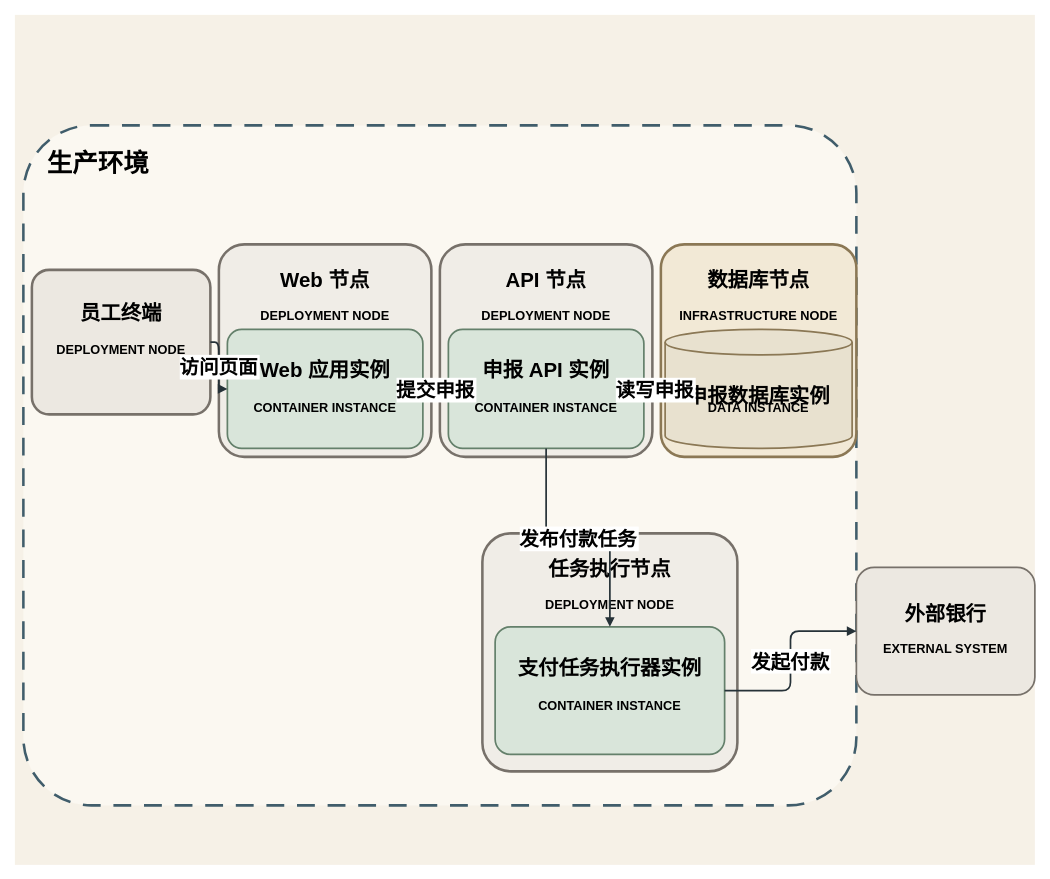
Before: diagrams/mod-03-c4-deployment.drawio in sealday/tego-arch, a draw.io diagram. Source tidied: cells renumbered, new cells numbered last; positions are measured from the earlier drawing's top-left corner, leaving out a move shared by most shapes. Both pictures are drawn from the tidied source at 85%, with x=0, y=0 at pixel (14, 14).
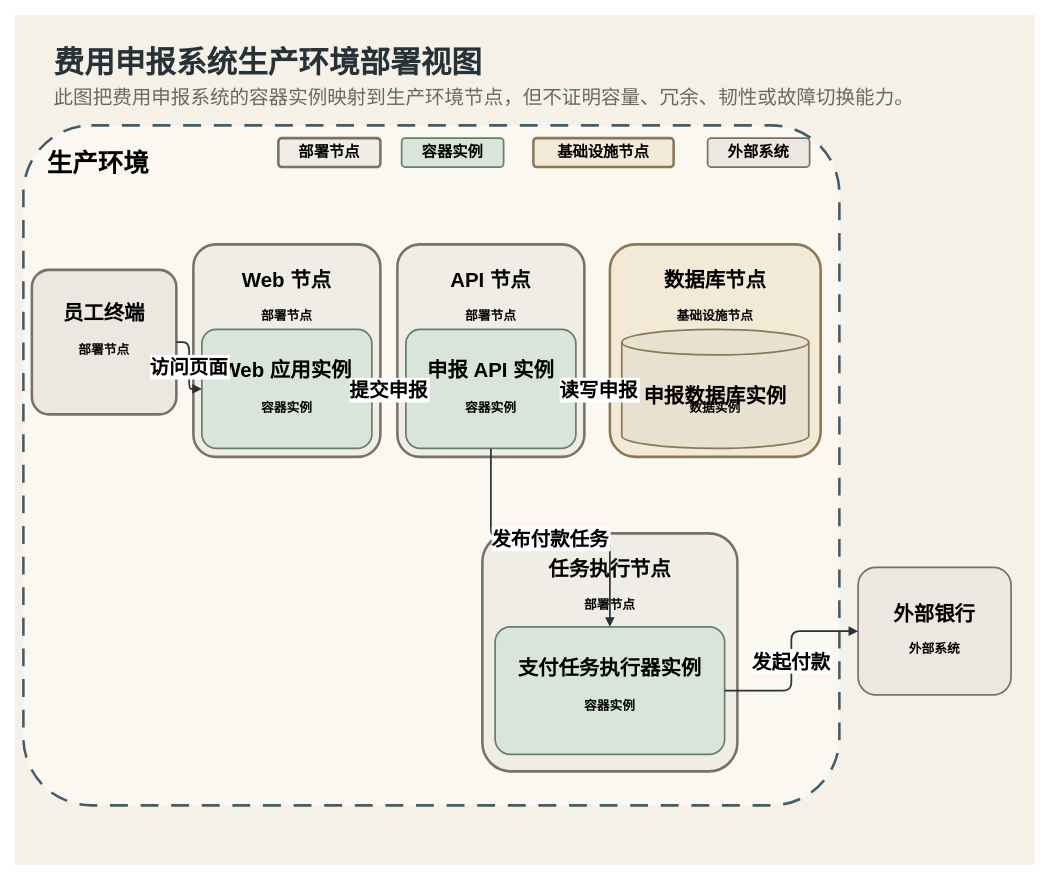
After the change.

Commit message (it also covers changes not shown here):
fix: synchronize mod-03 diagram semantics

The edit, as a diff of the source:
```diff
@@
+    <mxCell id="29" value="费用申报系统生产环境部署视图" style="text;html=0;strokeColor=none;fillColor=none;align=left;verticalAlign=middle;fontSize=36;fontStyle=1;fontColor=#263238;" parent="1" vertex="1">
+      <mxGeometry x="44" y="28" width="720" height="48" as="geometry" />
+    </mxCell>
+    <mxCell id="30" value="此图把费用申报系统的容器实例映射到生产环境节点，但不证明容量、冗余、韧性或故障切换能力。" style="text;html=0;strokeColor=none;fillColor=none;align=left;verticalAlign=middle;fontSize=23;fontColor=#6C6861;" parent="1" vertex="1">
+      <mxGeometry x="44" y="76" width="1120" height="38" as="geometry" />
+    </mxCell>
     <mxCell id="3" value="生产环境" style="rounded=1;arcSize=10;whiteSpace=wrap;html=0;fillColor=#FBF8F1;strokeColor=#405D6B;strokeWidth=3;dashed=1;dashPattern=7 5;verticalAlign=top;align=left;spacingTop=20;spacingLeft=26;fontSize=30;fontStyle=1;" parent="1" vertex="1">
-      <mxGeometry x="10" y="130" width="980" height="800" as="geometry" />
+      <mxGeometry x="10" y="130" width="960" height="800" as="geometry" />
     </mxCell>
+    <mxCell id="31" value="部署节点" style="rounded=1;arcSize=12;whiteSpace=wrap;html=0;fillColor=#F0EDE7;strokeColor=#77716A;strokeWidth=3;fontSize=18;fontStyle=1;" parent="1" vertex="1">
+      <mxGeometry x="310" y="145" width="120" height="34" as="geometry" />
+    </mxCell>
+    <mxCell id="32" value="容器实例" style="rounded=1;arcSize=12;whiteSpace=wrap;html=0;fillColor=#D9E5DA;strokeColor=#64806B;strokeWidth=2;fontSize=18;fontStyle=1;" parent="1" vertex="1">
+      <mxGeometry x="455" y="145" width="120" height="34" as="geometry" />
+    </mxCell>
+    <mxCell id="33" value="基础设施节点" style="rounded=1;arcSize=12;whiteSpace=wrap;html=0;fillColor=#F2E9D6;strokeColor=#8B7855;strokeWidth=3;fontSize=18;fontStyle=1;" parent="1" vertex="1">
+      <mxGeometry x="610" y="145" width="165" height="34" as="geometry" />
+    </mxCell>
+    <mxCell id="34" value="外部系统" style="rounded=1;arcSize=12;whiteSpace=wrap;html=0;fillColor=#ECE8E1;strokeColor=#77716A;strokeWidth=2;fontSize=18;fontStyle=1;" parent="1" vertex="1">
+      <mxGeometry x="815" y="145" width="120" height="34" as="geometry" />
+    </mxCell>
     <mxCell id="4" value="员工终端" style="rounded=1;arcSize=12;whiteSpace=wrap;html=0;fillColor=#ECE8E1;strokeColor=#77716A;strokeWidth=3;fontSize=24;fontStyle=1;verticalAlign=top;spacingTop=30;" parent="1" vertex="1">
-      <mxGeometry x="20" y="300" width="210" height="170" as="geometry" />
+      <mxGeometry x="20" y="300" width="170" height="170" as="geometry" />
     </mxCell>
-    <mxCell id="5" value="DEPLOYMENT NODE" style="text;html=0;strokeColor=none;fillColor=none;fontSize=15;fontStyle=1;align=center;" parent="1" vertex="1">
-      <mxGeometry x="50" y="378" width="150" height="30" as="geometry" />
+    <mxCell id="5" value="部署节点" style="text;html=0;strokeColor=none;fillColor=none;fontSize=15;fontStyle=1;align=center;" parent="1" vertex="1">
+      <mxGeometry x="45" y="378" width="120" height="30" as="geometry" />
     </mxCell>
     <mxCell id="6" value="Web 节点" style="rounded=1;arcSize=12;whiteSpace=wrap;html=0;fillColor=#F0EDE7;strokeColor=#77716A;strokeWidth=3;fontSize=24;fontStyle=1;verticalAlign=top;spacingTop=22;" parent="1" vertex="1">
-      <mxGeometry x="240" y="270" width="250" height="250" as="geometry" />
+      <mxGeometry x="210" y="270" width="220" height="250" as="geometry" />
     </mxCell>
-    <mxCell id="7" value="DEPLOYMENT NODE" style="text;html=0;strokeColor=none;fillColor=none;fontSize=15;fontStyle=1;align=center;" parent="1" vertex="1">
-      <mxGeometry x="290" y="338" width="150" height="30" as="geometry" />
+    <mxCell id="7" value="部署节点" style="text;html=0;strokeColor=none;fillColor=none;fontSize=15;fontStyle=1;align=center;" parent="1" vertex="1">
+      <mxGeometry x="260" y="338" width="120" height="30" as="geometry" />
     </mxCell>
     <mxCell id="8" value="Web 应用实例" style="rounded=1;arcSize=12;whiteSpace=wrap;html=0;fillColor=#D9E5DA;strokeColor=#64806B;strokeWidth=2;fontSize=24;fontStyle=1;verticalAlign=top;spacingTop=28;" parent="1" vertex="1">
-      <mxGeometry x="250" y="370" width="230" height="140" as="geometry" />
+      <mxGeometry x="220" y="370" width="200" height="140" as="geometry" />
     </mxCell>
-    <mxCell id="9" value="CONTAINER INSTANCE" style="text;html=0;strokeColor=none;fillColor=none;fontSize=15;fontStyle=1;align=center;" parent="1" vertex="1">
-      <mxGeometry x="290" y="447" width="150" height="30" as="geometry" />
+    <mxCell id="9" value="容器实例" style="text;html=0;strokeColor=none;fillColor=none;fontSize=15;fontStyle=1;align=center;" parent="1" vertex="1">
+      <mxGeometry x="260" y="447" width="120" height="30" as="geometry" />
     </mxCell>
     <mxCell id="10" value="API 节点" style="rounded=1;arcSize=12;whiteSpace=wrap;html=0;fillColor=#F0EDE7;strokeColor=#77716A;strokeWidth=3;fontSize=24;fontStyle=1;verticalAlign=top;spacingTop=22;" parent="1" vertex="1">
-      <mxGeometry x="500" y="270" width="250" height="250" as="geometry" />
+      <mxGeometry x="450" y="270" width="220" height="250" as="geometry" />
     </mxCell>
-    <mxCell id="11" value="DEPLOYMENT NODE" style="text;html=0;strokeColor=none;fillColor=none;fontSize=15;fontStyle=1;align=center;" parent="1" vertex="1">
-      <mxGeometry x="550" y="338" width="150" height="30" as="geometry" />
+    <mxCell id="11" value="部署节点" style="text;html=0;strokeColor=none;fillColor=none;fontSize=15;fontStyle=1;align=center;" parent="1" vertex="1">
+      <mxGeometry x="500" y="338" width="120" height="30" as="geometry" />
     </mxCell>
     <mxCell id="12" value="申报 API 实例" style="rounded=1;arcSize=12;whiteSpace=wrap;html=0;fillColor=#D9E5DA;strokeColor=#64806B;strokeWidth=2;fontSize=24;fontStyle=1;verticalAlign=top;spacingTop=28;" parent="1" vertex="1">
-      <mxGeometry x="510" y="370" width="230" height="140" as="geometry" />
+      <mxGeometry x="460" y="370" width="200" height="140" as="geometry" />
     </mxCell>
-    <mxCell id="13" value="CONTAINER INSTANCE" style="text;html=0;strokeColor=none;fillColor=none;fontSize=15;fontStyle=1;align=center;" parent="1" vertex="1">
-      <mxGeometry x="550" y="447" width="150" height="30" as="geometry" />
+    <mxCell id="13" value="容器实例" style="text;html=0;strokeColor=none;fillColor=none;fontSize=15;fontStyle=1;align=center;" parent="1" vertex="1">
+      <mxGeometry x="500" y="447" width="120" height="30" as="geometry" />
     </mxCell>
     <mxCell id="14" value="数据库节点" style="rounded=1;arcSize=12;whiteSpace=wrap;html=0;fillColor=#F2E9D6;strokeColor=#8B7855;strokeWidth=3;fontSize=24;fontStyle=1;verticalAlign=top;spacingTop=22;" parent="1" vertex="1">
-      <mxGeometry x="760" y="270" width="230" height="250" as="geometry" />
+      <mxGeometry x="700" y="270" width="248" height="250" as="geometry" />
     </mxCell>
-    <mxCell id="15" value="INFRASTRUCTURE NODE" style="text;html=0;strokeColor=none;fillColor=none;fontSize=15;fontStyle=1;align=center;" parent="1" vertex="1">
-      <mxGeometry x="800" y="338" width="150" height="30" as="geometry" />
+    <mxCell id="15" value="基础设施节点" style="text;html=0;strokeColor=none;fillColor=none;fontSize=15;fontStyle=1;align=center;" parent="1" vertex="1">
+      <mxGeometry x="764" y="338" width="120" height="30" as="geometry" />
     </mxCell>
     <mxCell id="16" value="申报数据库实例" style="shape=cylinder3;whiteSpace=wrap;html=0;boundedLbl=1;backgroundOutline=1;size=15;fillColor=#E8E1CF;strokeColor=#8B7855;strokeWidth=2;fontSize=24;fontStyle=1;verticalAlign=top;spacingTop=28;" parent="1" vertex="1">
-      <mxGeometry x="765" y="370" width="220" height="140" as="geometry" />
+      <mxGeometry x="714" y="370" width="220" height="140" as="geometry" />
     </mxCell>
-    <mxCell id="17" value="DATA INSTANCE" style="text;html=0;strokeColor=none;fillColor=none;fontSize=15;fontStyle=1;align=center;" parent="1" vertex="1">
-      <mxGeometry x="815" y="447" width="120" height="30" as="geometry" />
+    <mxCell id="17" value="数据实例" style="text;html=0;strokeColor=none;fillColor=none;fontSize=15;fontStyle=1;align=center;" parent="1" vertex="1">
+      <mxGeometry x="764" y="447" width="120" height="30" as="geometry" />
     </mxCell>
@@
-    <mxCell id="19" value="DEPLOYMENT NODE" style="text;html=0;strokeColor=none;fillColor=none;fontSize=15;fontStyle=1;align=center;" parent="1" vertex="1">
+    <mxCell id="19" value="部署节点" style="text;html=0;strokeColor=none;fillColor=none;fontSize=15;fontStyle=1;align=center;" parent="1" vertex="1">
       <mxGeometry x="625" y="678" width="150" height="30" as="geometry" />
     </mxCell>
@@
-    <mxCell id="21" value="CONTAINER INSTANCE" style="text;html=0;strokeColor=none;fillColor=none;fontSize=15;fontStyle=1;align=center;" parent="1" vertex="1">
+    <mxCell id="21" value="容器实例" style="text;html=0;strokeColor=none;fillColor=none;fontSize=15;fontStyle=1;align=center;" parent="1" vertex="1">
       <mxGeometry x="625" y="797" width="150" height="30" as="geometry" />
     </mxCell>
     <mxCell id="22" value="外部银行" style="rounded=1;arcSize=14;whiteSpace=wrap;html=0;fillColor=#ECE8E1;strokeColor=#77716A;strokeWidth=2;fontSize=24;fontStyle=1;verticalAlign=top;spacingTop=35;" parent="1" vertex="1">
-      <mxGeometry x="990" y="650" width="210" height="150" as="geometry" />
+      <mxGeometry x="992" y="650" width="180" height="150" as="geometry" />
     </mxCell>
-    <mxCell id="23" value="EXTERNAL SYSTEM" style="text;html=0;strokeColor=none;fillColor=none;fontSize=15;fontStyle=1;align=center;" parent="1" vertex="1">
-      <mxGeometry x="1020" y="730" width="150" height="30" as="geometry" />
+    <mxCell id="23" value="外部系统" style="text;html=0;strokeColor=none;fillColor=none;fontSize=15;fontStyle=1;align=center;" parent="1" vertex="1">
+      <mxGeometry x="1022" y="730" width="120" height="30" as="geometry" />
     </mxCell>
```
